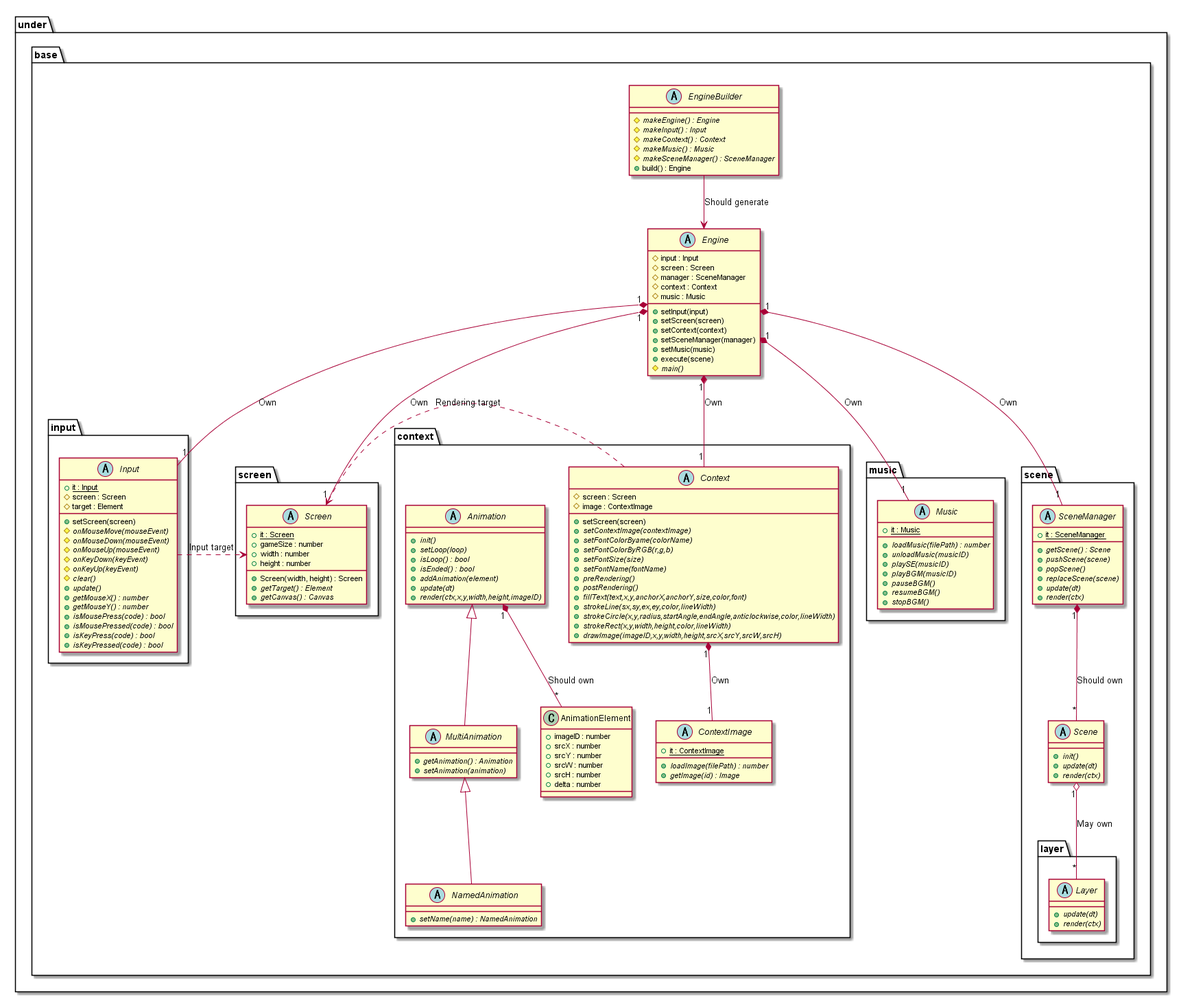
The PlantUML diagram out/uml/gamebase/Base/GameBaseBase.png in Expine/Under, before a commit. Its diagram source:
```plantuml
@startuml GameBaseBase

package under {
    package base {
        abstract EngineBuilder {
            {abstract} #makeEngine() : Engine
            {abstract} #makeInput() : Input
            {abstract} #makeContext() : Context
            {abstract} #makeMusic() : Music
            {abstract} #makeSceneManager() : SceneManager
            +build() : Engine
        }
        abstract Engine {
            #input : Input
            #screen : Screen
            #manager : SceneManager
            #context : Context
            #music : Music
            +setInput(input)
            +setScreen(screen)
            +setContext(context)
            +setSceneManager(manager)
            +setMusic(music)
            +execute(scene)
            {abstract} #main()
        }

        package input {
            abstract Input {
                {static} +it : Input
                #screen : Screen
                #target : Element
                +setScreen(screen)
                {abstract} #onMouseMove(mouseEvent)
                {abstract} #onMouseDown(mouseEvent)
                {abstract} #onMouseUp(mouseEvent)
                {abstract} #onKeyDown(keyEvent)
                {abstract} #onKeyUp(keyEvent)
                {abstract} #clear()
                {abstract} +update()
                {abstract} +getMouseX() : number
                {abstract} +getMouseY() : number
                {abstract} +isMousePress(code) : bool
                {abstract} +isMousePressed(code) : bool
                {abstract} +isKeyPress(code) : bool
                {abstract} +isKeyPressed(code) : bool
            }
        }

        package screen {
            abstract Screen {
                +Screen(width, height) : Screen
                {static} +it : Screen
                +gameSize : number
                +width : number
                +height : number
                {abstract} +getTarget() : Element
                {abstract} +getCanvas() : Canvas
            }
        }

        package music {
            abstract Music {
                {static} +it : Music
                {abstract} +loadMusic(filePath) : number
                {abstract} +unloadMusic(musicID)
                {abstract} +playSE(musicID)
                {abstract} +playBGM(musicID)
                {abstract} +pauseBGM()
                {abstract} +resumeBGM()
                {abstract} +stopBGM()
            }
        }

        package context {
            abstract Context {
                #screen : Screen
                #image : ContextImage
                +setScreen(screen)
                {abstract} +setContextImage(contextImage)
                {abstract} +setFontColorByame(colorName)
                {abstract} +setFontColorByRGB(r,g,b)
                {abstract} +setFontSize(size)
                {abstract} +setFontName(fontName)
                {abstract} +preRendering()
                {abstract} +postRendering()
                {abstract} +fillText(text,x,y,anchorX,anchorY,size,color,font)
                {abstract} +strokeLine(sx,sy,ex,ey,color,lineWidth)
                {abstract} +strokeCircle(x,y,radius,startAngle,endAngle,anticlockwise,color,lineWidth)
                {abstract} +strokeRect(x,y,width,height,color,lineWidth)
                {abstract} +drawImage(imageID,x,y,width,height,srcX,srcY,srcW,srcH)
            }
            abstract ContextImage {
                {static} +it : ContextImage
                {abstract} +loadImage(filePath) : number
                {abstract} +getImage(id) : Image
            }

            abstract Animation {
                {abstract} +init()
                {abstract} +setLoop(loop)
                {abstract} +isLoop() : bool
                {abstract} +isEnded() : bool
                {abstract} +addAnimation(element)
                {abstract} +update(dt)
                {abstract} +render(ctx,x,y,width,height,imageID)
            }
            abstract MultiAnimation {
                {abstract} +getAnimation() : Animation
                {abstract} +setAnimation(animation)
            }
            abstract NamedAnimation {
                {abstract} +setName(name) : NamedAnimation
            }
            class AnimationElement {
                +imageID : number
                +srcX : number
                +srcY : number
                +srcW : number
                +srcH : number
                +delta : number
            }
        }

        package scene {
            abstract SceneManager {
                {static} +it : SceneManager
                {abstract} +getScene() : Scene
                {abstract} +pushScene(scene)
                {abstract} +popScene()
                {abstract} +replaceScene(scene)
                {abstract} +update(dt)
                {abstract} +render(ctx)
            }
            abstract Scene {
                {abstract} +init()
                {abstract} +update(dt)
                {abstract} +render(ctx)
            }

            package layer {
                abstract Layer {
                    {abstract} +update(dt)
                    {abstract} +render(ctx)
                }
            }
        }
    }
}

EngineBuilder --> Engine : Should generate
Engine "1"*-- "1" Screen : Own
Engine "1"*-- "1" Input : Own
Engine "1"*-- "1" SceneManager : Own
Engine "1"*-- "1" Context : Own
Engine "1"*-- "1" Music : Own

Input .> Screen : Input target
Context .> Screen : Rendering target

SceneManager "1"*--"*" Scene : Should own
Scene "1" o--"*" Layer : May own
Context "1"*--"1" ContextImage : Own

Animation "1"*--"*"AnimationElement : Should own

Animation <|-- MultiAnimation
MultiAnimation <|-- NamedAnimation

@enduml
```
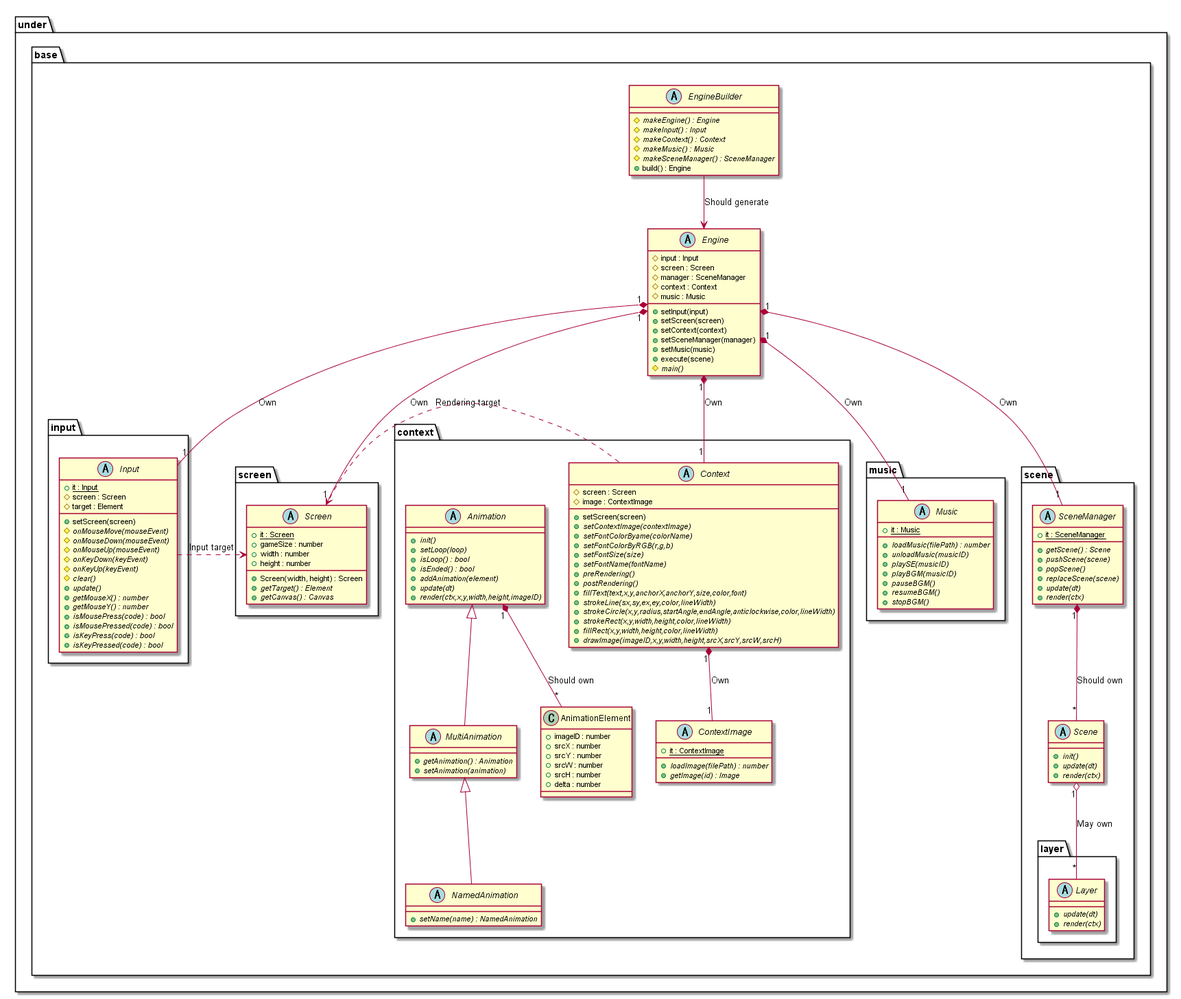
The same file after the commit.

Diff of the diagram source:
```diff
@@ -88,6 +88,7 @@
                 {abstract} +strokeLine(sx,sy,ex,ey,color,lineWidth)
                 {abstract} +strokeCircle(x,y,radius,startAngle,endAngle,anticlockwise,color,lineWidth)
                 {abstract} +strokeRect(x,y,width,height,color,lineWidth)
+                {abstract} +fillRect(x,y,width,height,color,lineWidth)
                 {abstract} +drawImage(imageID,x,y,width,height,srcX,srcY,srcW,srcH)
             }
             abstract ContextImage {
```
